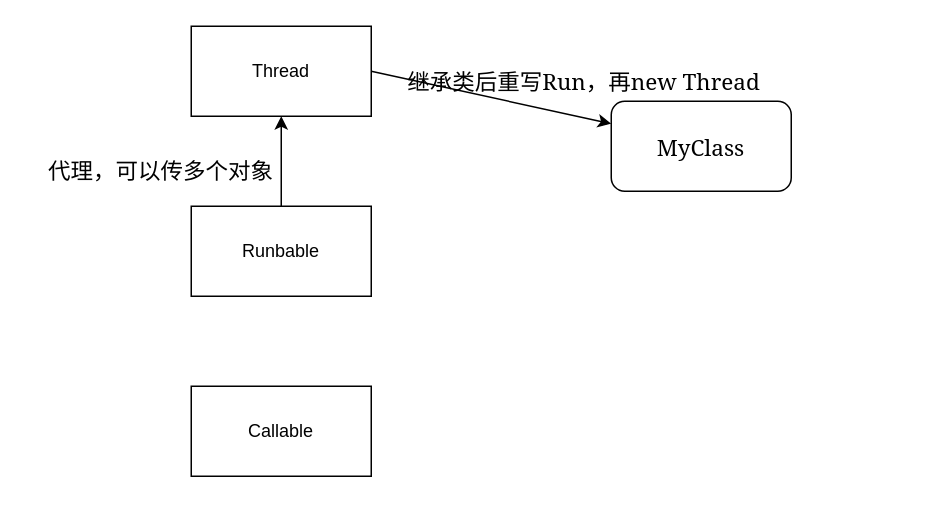
Before: img/JUC.drawio in JustinMa972/ImageHosting, a draw.io diagram. Source tidied: cells renumbered, new cells numbered last; positions are measured from the earlier drawing's top-left corner, leaving out a move shared by most shapes. Both pictures are drawn from the tidied source at 150%, with x=0, y=0 at pixel (26, 26).
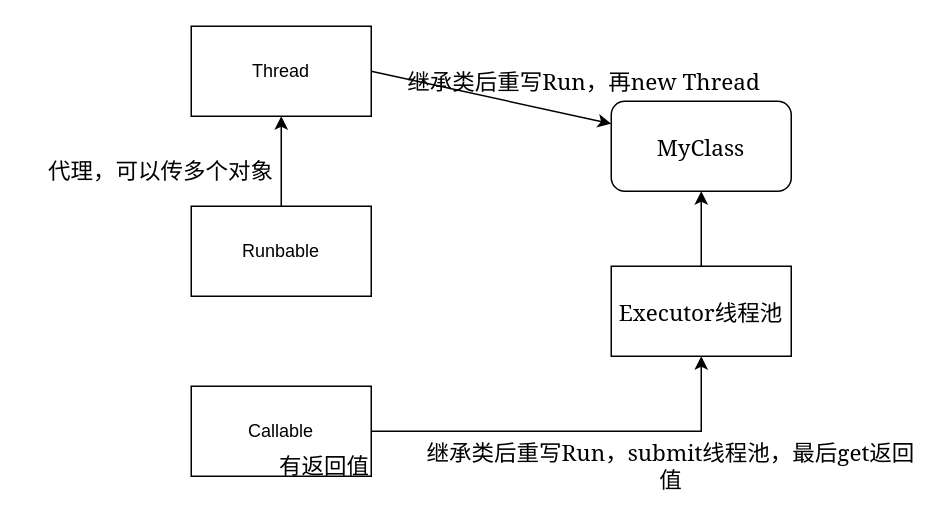
After the change.

Diff of the diagram source:
```diff
@@
 <mxGraphModel>
   <root>
     <mxCell id="0" />
     <mxCell id="1" parent="0" />
     <mxCell id="2" style="rounded=0;jettySize=auto;html=1;exitX=1;exitY=0.5;exitDx=0;exitDy=0;entryX=0;entryY=0.25;entryDx=0;entryDy=0;fontFamily=Georgia;fontSize=15;" parent="1" edge="1" source="3" target="7">
       <mxGeometry relative="1" as="geometry" />
     </mxCell>
     <mxCell id="3" value="Thread" style="rounded=0;whiteSpace=wrap;html=1;" parent="1" vertex="1">
       <mxGeometry x="110" width="120" height="60" as="geometry" />
     </mxCell>
     <mxCell id="4" style="edgeStyle=none;rounded=0;jettySize=auto;html=1;exitX=0.5;exitY=0;exitDx=0;exitDy=0;entryX=0.5;entryY=1;entryDx=0;entryDy=0;fontFamily=Georgia;fontSize=15;" parent="1" edge="1" source="5" target="3">
       <mxGeometry relative="1" as="geometry" />
     </mxCell>
     <mxCell id="5" value="Runbable" style="rounded=0;whiteSpace=wrap;html=1;" parent="1" vertex="1">
       <mxGeometry x="110" y="120" width="120" height="60" as="geometry" />
     </mxCell>
+    <mxCell id="10" style="edgeStyle=orthogonalEdgeStyle;rounded=0;jettySize=auto;html=1;exitX=1;exitY=0.5;exitDx=0;exitDy=0;entryX=0.5;entryY=1;entryDx=0;entryDy=0;fontFamily=Georgia;fontSize=15;" parent="1" edge="1" source="6" target="13">
+      <mxGeometry relative="1" as="geometry" />
+    </mxCell>
     <mxCell id="6" value="Callable" style="rounded=0;whiteSpace=wrap;html=1;" parent="1" vertex="1">
       <mxGeometry x="110" y="240" width="120" height="60" as="geometry" />
     </mxCell>
     <mxCell id="7" value="MyClass" style="rounded=1;whiteSpace=wrap;html=1;fontFamily=Georgia;fontSize=15;" parent="1" vertex="1">
       <mxGeometry x="390" y="50" width="120" height="60" as="geometry" />
     </mxCell>
     <mxCell id="8" value="继承类后重写Run，再new Thread" style="text;html=1;strokeColor=none;fillColor=none;align=center;verticalAlign=middle;whiteSpace=wrap;rounded=0;fontFamily=Georgia;fontSize=15;" parent="1" vertex="1">
       <mxGeometry x="227" y="21" width="290" height="30" as="geometry" />
     </mxCell>
     <mxCell id="9" value="代理，可以传多个对象" style="text;html=1;strokeColor=none;fillColor=none;align=center;verticalAlign=middle;whiteSpace=wrap;rounded=0;fontFamily=Georgia;fontSize=15;" parent="1" vertex="1">
       <mxGeometry y="80" width="180" height="30" as="geometry" />
     </mxCell>
+    <mxCell id="11" value="有返回值" style="text;html=1;strokeColor=none;fillColor=none;align=center;verticalAlign=middle;whiteSpace=wrap;rounded=0;fontFamily=Georgia;fontSize=15;" parent="1" vertex="1">
+      <mxGeometry x="129" y="277" width="140" height="30" as="geometry" />
+    </mxCell>
+    <mxCell id="12" style="edgeStyle=orthogonalEdgeStyle;rounded=0;jettySize=auto;html=1;exitX=0.5;exitY=0;exitDx=0;exitDy=0;entryX=0.5;entryY=1;entryDx=0;entryDy=0;fontFamily=Georgia;fontSize=15;" parent="1" edge="1" source="13" target="7">
+      <mxGeometry relative="1" as="geometry" />
+    </mxCell>
+    <mxCell id="13" value="Executor线程池" style="rounded=0;whiteSpace=wrap;html=1;fontFamily=Georgia;fontSize=15;" parent="1" vertex="1">
+      <mxGeometry x="390" y="160" width="120" height="60" as="geometry" />
+    </mxCell>
+    <mxCell id="14" value="继承类后重写Run，submit线程池，最后get返回值" style="text;html=1;strokeColor=none;fillColor=none;align=center;verticalAlign=middle;whiteSpace=wrap;rounded=0;fontFamily=Georgia;fontSize=15;" parent="1" vertex="1">
+      <mxGeometry x="260" y="277" width="340" height="30" as="geometry" />
+    </mxCell>
   </root>
 </mxGraphModel>
```
